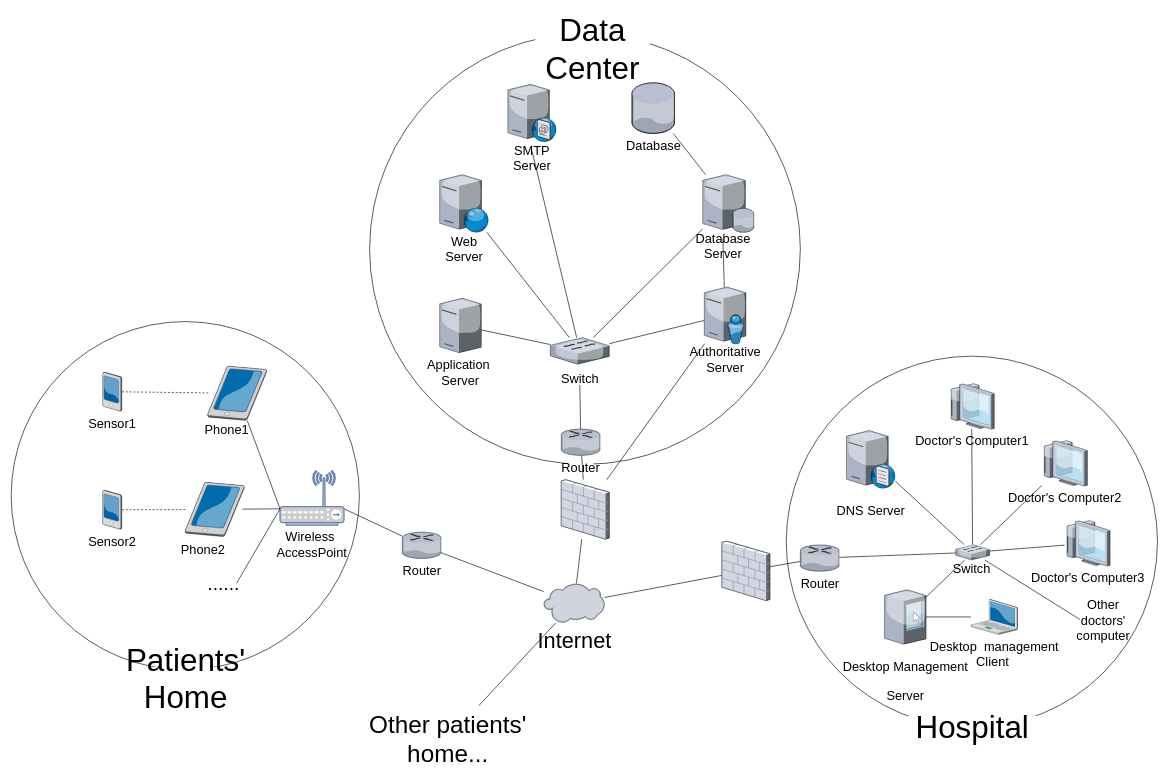
Before: Untitled Diagram.drawio in johnGorillaZheng/ANU-Basketball, a draw.io diagram. Source tidied: cells renumbered, new cells numbered last; positions are measured from the earlier drawing's top-left corner, leaving out a move shared by most shapes. Both pictures are drawn from the tidied source at 64%, with x=0, y=0 at pixel (11, 15).
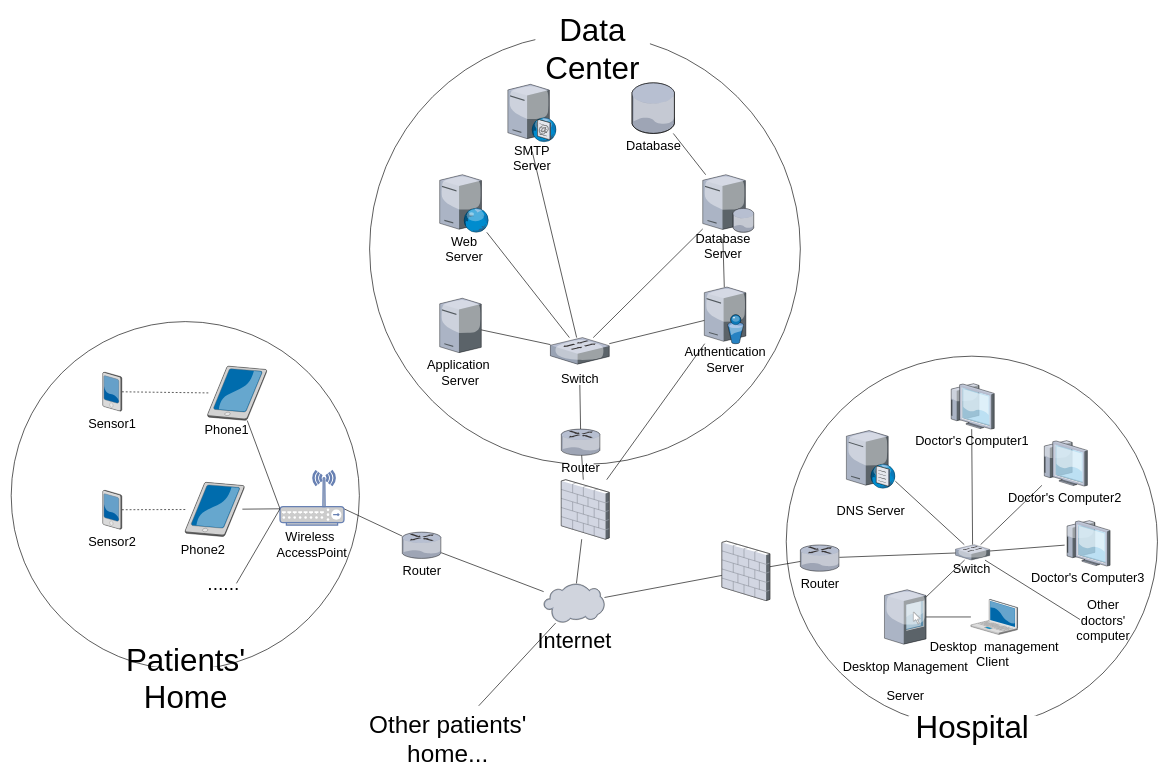
Above is the later version.

The change refers to these unchanged cells:
```xml
<mxCell id="19" style="group;" parent="1" vertex="1">
  <mxGeometry x="1083" y="425" width="65" height="123" as="geometry" />
</mxCell>
```

Change to the diagram source:
```diff
@@
-    <mxCell id="21" value="Authoritative&lt;br&gt;Server&lt;br&gt;" style="text;html=1;strokeColor=none;fillColor=none;align=center;verticalAlign=middle;whiteSpace=wrap;rounded=0;fontSize=20;" parent="19" vertex="1">
+    <mxCell id="21" value="Authentication&lt;br&gt;Server&lt;br&gt;" style="text;html=1;strokeColor=none;fillColor=none;align=center;verticalAlign=middle;whiteSpace=wrap;rounded=0;fontSize=20;" parent="19" vertex="1">
       <mxGeometry x="12.5" y="103" width="40" height="20" as="geometry" />
     </mxCell>
```
